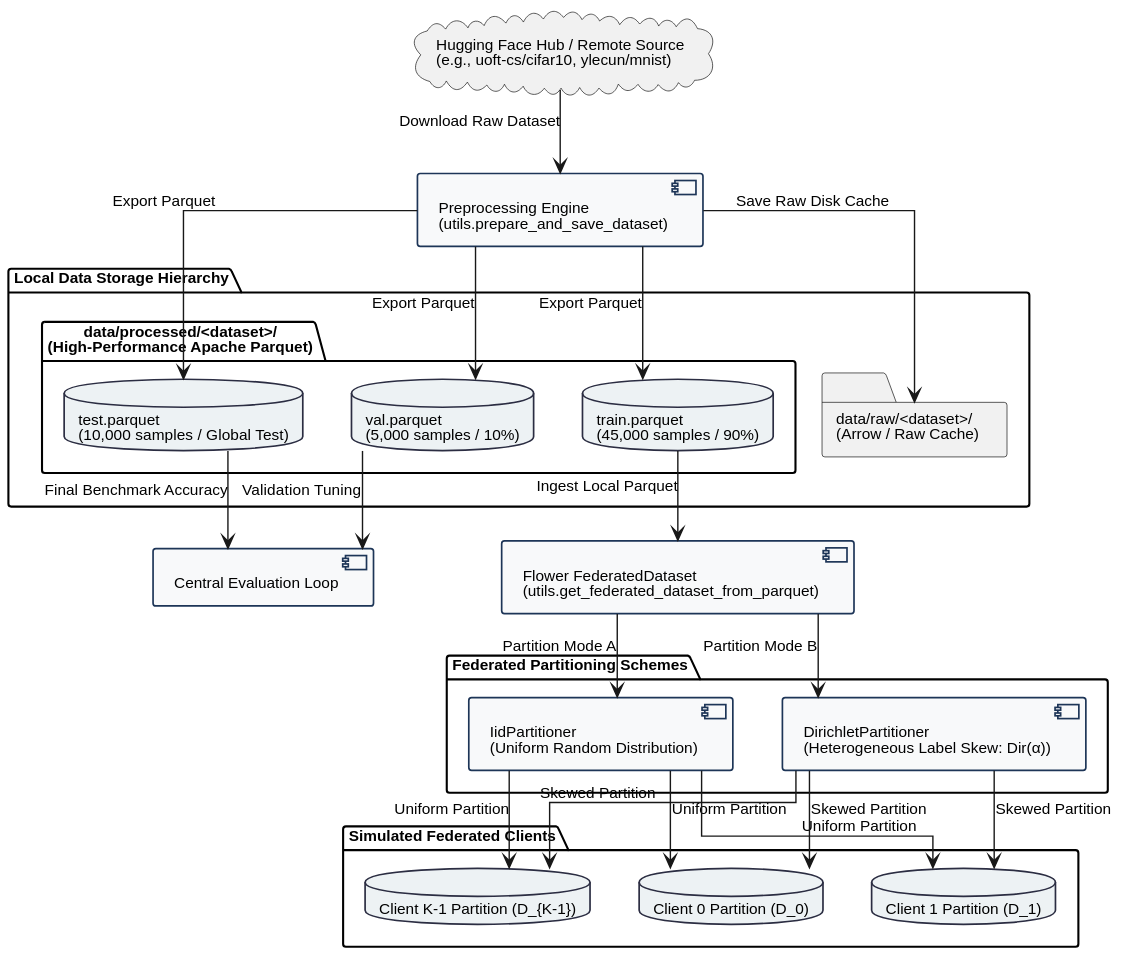
The PlantUML diagram diagrams/03-system-architecture/data_flow_pipeline.svg in bernardbdas/research, before a commit. Its diagram source:
```plantuml
@startuml
skinparam monochrome false
skinparam shadowing false
skinparam roundcorner 4
skinparam defaultFontName "Helvetica"
skinparam defaultFontSize 11
skinparam linetype ortho

skinparam component {
    BackgroundColor #F8F9FA
    BorderColor #1D3557
    BorderThickness 1.2
}

skinparam database {
    BackgroundColor #EDF2F4
    BorderColor #2B2D42
    BorderThickness 1.2
}

cloud "Hugging Face Hub / Remote Source\n(e.g., uoft-cs/cifar10, ylecun/mnist)" as HFHub

package "Local Data Storage Hierarchy" as Storage {
    folder "data/raw/<dataset>/\n(Arrow / Raw Cache)" as RawCache

    package "data/processed/<dataset>/\n(High-Performance Apache Parquet)" as ProcessedDir {
        database "train.parquet\n(45,000 samples / 90%)" as TrainParquet
        database "val.parquet\n(5,000 samples / 10%)" as ValParquet
        database "test.parquet\n(10,000 samples / Global Test)" as TestParquet
    }
}

component "Preprocessing Engine\n(utils.prepare_and_save_dataset)" as PrepEngine

component "Flower FederatedDataset\n(utils.get_federated_dataset_from_parquet)" as FlowerFDS

package "Federated Partitioning Schemes" as PartScheme {
    component "IidPartitioner\n(Uniform Random Distribution)" as IID
    component "DirichletPartitioner\n(Heterogeneous Label Skew: Dir(α))" as NonIID
}

package "Simulated Federated Clients" as Clients {
    database "Client 0 Partition (D_0)" as C0
    database "Client 1 Partition (D_1)" as C1
    database "Client K-1 Partition (D_{K-1})" as CK
}

component "Central Evaluation Loop" as CentralEval

HFHub -down-> PrepEngine : Download Raw Dataset
PrepEngine -down-> RawCache : Save Raw Disk Cache
PrepEngine -down-> TrainParquet : Export Parquet
PrepEngine -down-> ValParquet : Export Parquet
PrepEngine -down-> TestParquet : Export Parquet

TrainParquet -down-> FlowerFDS : Ingest Local Parquet
FlowerFDS --> IID : Partition Mode A
FlowerFDS --> NonIID : Partition Mode B

IID -down-> C0 : Uniform Partition
IID -down-> C1 : Uniform Partition
IID -down-> CK : Uniform Partition

NonIID -down-> C0 : Skewed Partition
NonIID -down-> C1 : Skewed Partition
NonIID -down-> CK : Skewed Partition

ValParquet -down-> CentralEval : Validation Tuning
TestParquet -down-> CentralEval : Final Benchmark Accuracy
@enduml
```
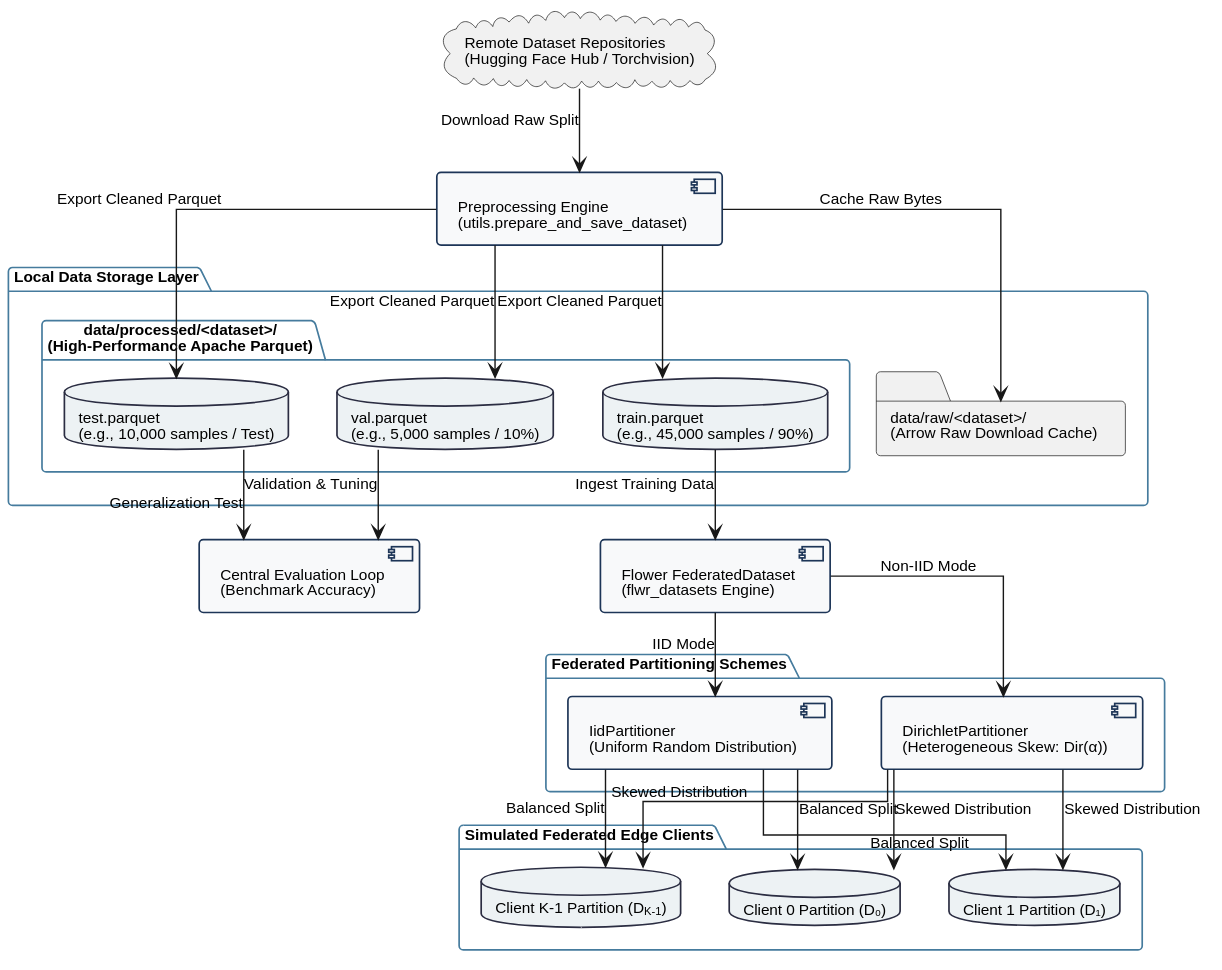
After the commit.

Diff of the diagram source:
```diff
@@ -1,7 +1,7 @@
 @startuml
 skinparam monochrome false
 skinparam shadowing false
-skinparam roundcorner 4
+skinparam roundcorner 6
 skinparam defaultFontName "Helvetica"
 skinparam defaultFontSize 11
 skinparam linetype ortho
@@ -18,53 +18,59 @@
     BorderThickness 1.2
 }
 
-cloud "Hugging Face Hub / Remote Source\n(e.g., uoft-cs/cifar10, ylecun/mnist)" as HFHub
+skinparam package {
+    BackgroundColor #FFFFFF
+    BorderColor #457B9D
+    BorderThickness 1.2
+}
 
-package "Local Data Storage Hierarchy" as Storage {
-    folder "data/raw/<dataset>/\n(Arrow / Raw Cache)" as RawCache
+cloud "Remote Dataset Repositories\n(Hugging Face Hub / Torchvision)" as HFHub
+
+package "Local Data Storage Layer" as Storage {
+    folder "data/raw/<dataset>/\n(Arrow Raw Download Cache)" as RawCache
 
     package "data/processed/<dataset>/\n(High-Performance Apache Parquet)" as ProcessedDir {
-        database "train.parquet\n(45,000 samples / 90%)" as TrainParquet
-        database "val.parquet\n(5,000 samples / 10%)" as ValParquet
-        database "test.parquet\n(10,000 samples / Global Test)" as TestParquet
+        database "train.parquet\n(e.g., 45,000 samples / 90%)" as TrainParquet
+        database "val.parquet\n(e.g., 5,000 samples / 10%)" as ValParquet
+        database "test.parquet\n(e.g., 10,000 samples / Test)" as TestParquet
     }
 }
 
 component "Preprocessing Engine\n(utils.prepare_and_save_dataset)" as PrepEngine
 
-component "Flower FederatedDataset\n(utils.get_federated_dataset_from_parquet)" as FlowerFDS
+component "Flower FederatedDataset\n(flwr_datasets Engine)" as FlowerFDS
 
 package "Federated Partitioning Schemes" as PartScheme {
     component "IidPartitioner\n(Uniform Random Distribution)" as IID
-    component "DirichletPartitioner\n(Heterogeneous Label Skew: Dir(α))" as NonIID
+    component "DirichletPartitioner\n(Heterogeneous Skew: Dir(α))" as NonIID
 }
 
-package "Simulated Federated Clients" as Clients {
-    database "Client 0 Partition (D_0)" as C0
-    database "Client 1 Partition (D_1)" as C1
-    database "Client K-1 Partition (D_{K-1})" as CK
+package "Simulated Federated Edge Clients" as Clients {
+    database "Client 0 Partition (D₀)" as C0
+    database "Client 1 Partition (D₁)" as C1
+    database "Client K-1 Partition (D<sub>K-1</sub>)" as CK
 }
 
-component "Central Evaluation Loop" as CentralEval
+component "Central Evaluation Loop\n(Benchmark Accuracy)" as CentralEval
 
-HFHub -down-> PrepEngine : Download Raw Dataset
-PrepEngine -down-> RawCache : Save Raw Disk Cache
-PrepEngine -down-> TrainParquet : Export Parquet
-PrepEngine -down-> ValParquet : Export Parquet
-PrepEngine -down-> TestParquet : Export Parquet
+HFHub -down-> PrepEngine : Download Raw Split
+PrepEngine -down-> RawCache : Cache Raw Bytes
+PrepEngine -down-> TrainParquet : Export Cleaned Parquet
+PrepEngine -down-> ValParquet : Export Cleaned Parquet
+PrepEngine -down-> TestParquet : Export Cleaned Parquet
 
-TrainParquet -down-> FlowerFDS : Ingest Local Parquet
-FlowerFDS --> IID : Partition Mode A
-FlowerFDS --> NonIID : Partition Mode B
+TrainParquet -down-> FlowerFDS : Ingest Training Data
+FlowerFDS --> IID : IID Mode
+FlowerFDS --> NonIID : Non-IID Mode
 
-IID -down-> C0 : Uniform Partition
-IID -down-> C1 : Uniform Partition
-IID -down-> CK : Uniform Partition
+IID -down-> C0 : Balanced Split
+IID -down-> C1 : Balanced Split
+IID -down-> CK : Balanced Split
 
-NonIID -down-> C0 : Skewed Partition
-NonIID -down-> C1 : Skewed Partition
-NonIID -down-> CK : Skewed Partition
+NonIID -down-> C0 : Skewed Distribution
+NonIID -down-> C1 : Skewed Distribution
+NonIID -down-> CK : Skewed Distribution
 
-ValParquet -down-> CentralEval : Validation Tuning
-TestParquet -down-> CentralEval : Final Benchmark Accuracy
+ValParquet -down-> CentralEval : Validation & Tuning
+TestParquet -down-> CentralEval : Generalization Test
 @enduml
```
